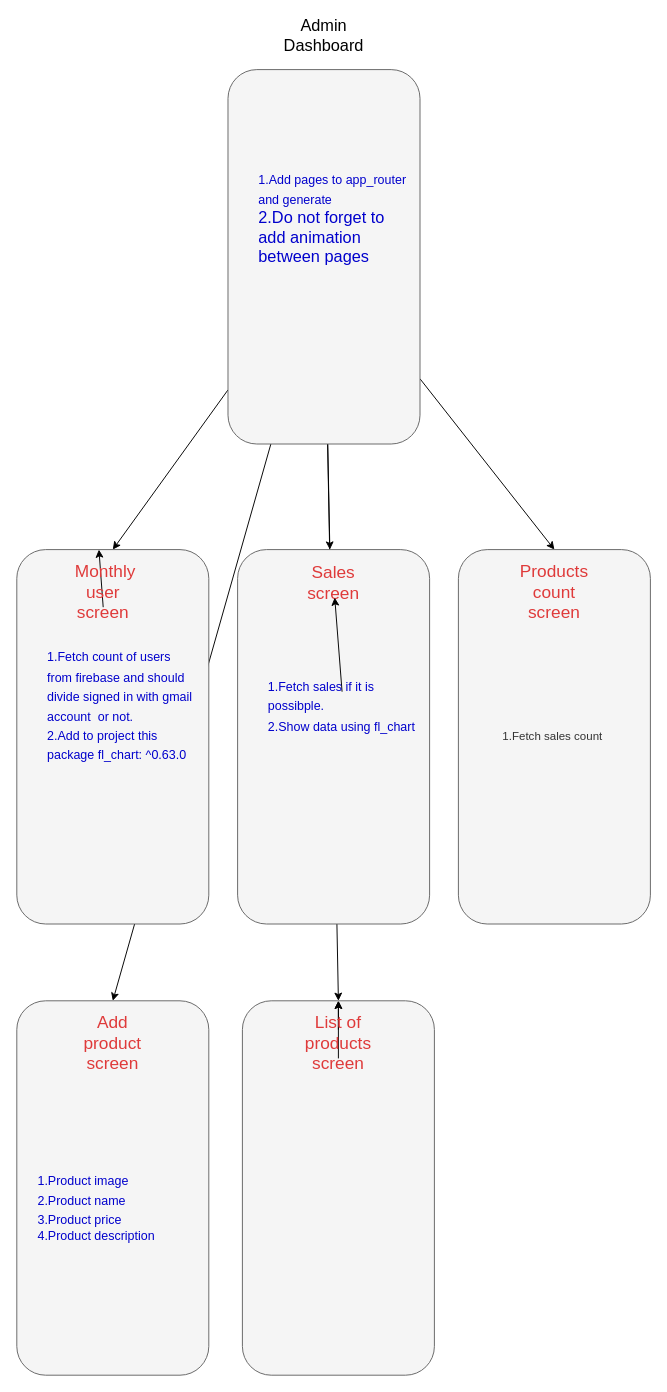
Earlier version of the draw.io diagram admin_flow.drawio (AliAltiyev/amazox_prime). Source tidied: cells renumbered, new cells numbered last; positions are measured from the earlier drawing's top-left corner, leaving out a move shared by most shapes. Both pictures are drawn from the tidied source at 96%, with x=0, y=0 at pixel (16, 21).
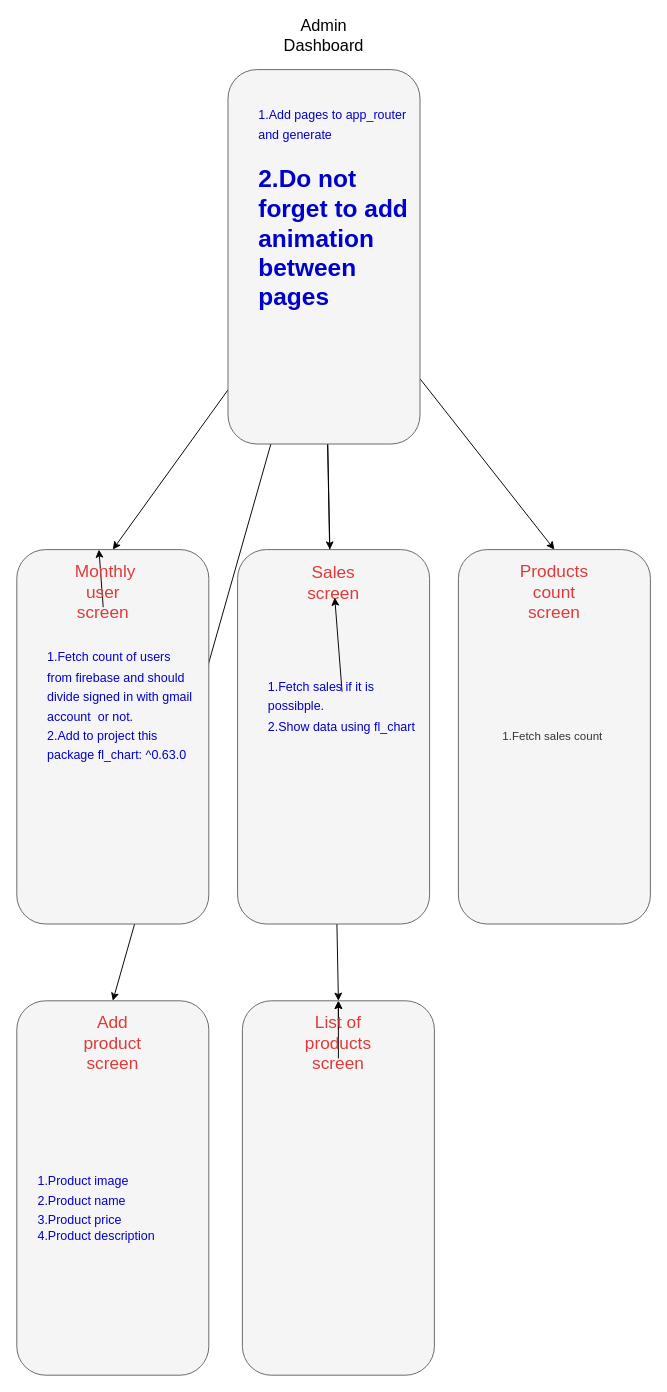
The same page after the edit.

Diff of the diagram source:
```diff
@@
-    <mxCell id="26" value="&lt;font color=&quot;#0000cc&quot;&gt;&lt;span style=&quot;font-size: 13px;&quot;&gt;1.Add pages to app_router and generate&lt;br&gt;&lt;/span&gt;2.Do not forget to add animation between pages&lt;br&gt;&lt;/font&gt;" style="text;strokeColor=none;align=left;fillColor=none;html=1;verticalAlign=middle;whiteSpace=wrap;rounded=0;fontSize=17;fontColor=#df3a3a;" parent="1" vertex="1">
+    <mxCell id="26" value="&lt;font color=&quot;#0000cc&quot;&gt;&lt;span style=&quot;font-size: 13px;&quot;&gt;1.Add pages to app_router and generate&lt;br&gt;&lt;/span&gt;&lt;/font&gt;&lt;h2&gt;&lt;font color=&quot;#0000cc&quot;&gt;2.Do not forget to add animation between pages&lt;/font&gt;&lt;/h2&gt;" style="text;strokeColor=none;align=left;fillColor=none;html=1;verticalAlign=middle;whiteSpace=wrap;rounded=0;fontSize=17;fontColor=#df3a3a;" parent="1" vertex="1">
       <mxGeometry x="250" y="190" width="160" height="30" as="geometry" />
     </mxCell>
```
